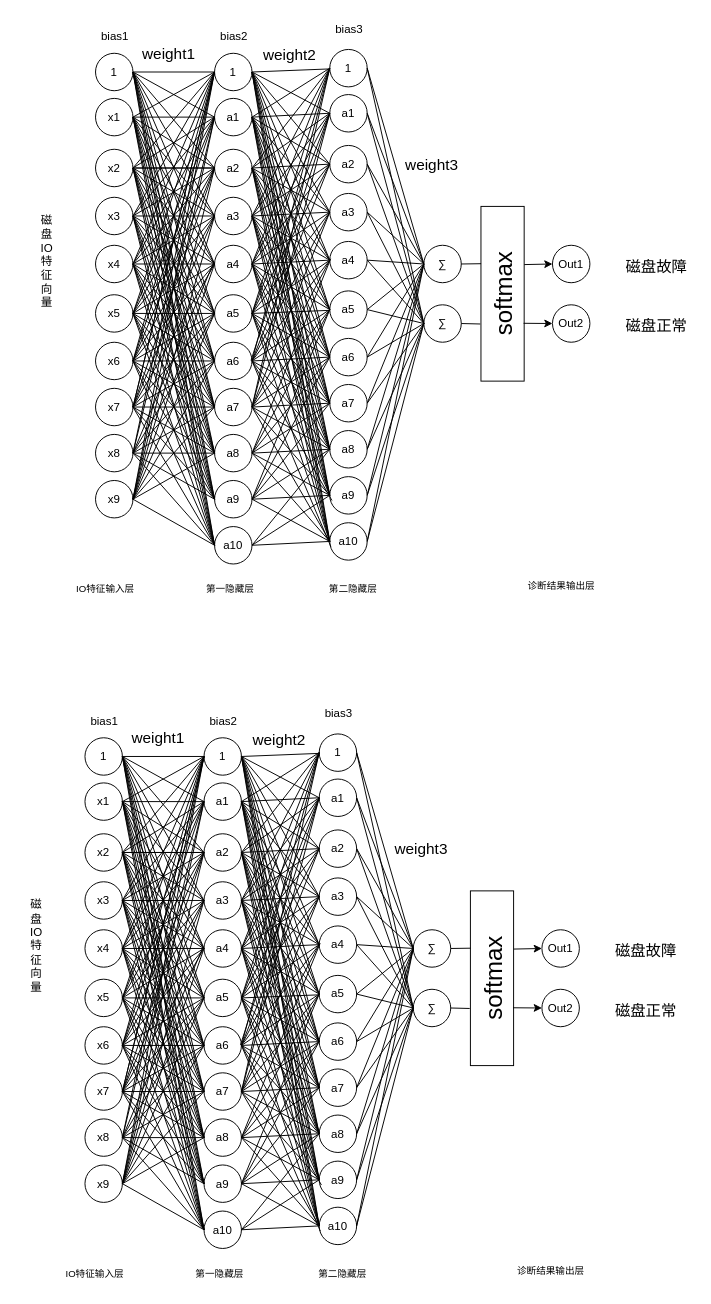
Earlier version of the draw.io diagram 专利-神经网络结构.drawio (yihezhou/diagrams). Source tidied: cells renumbered, new cells numbered last; positions are measured from the earlier drawing's top-left corner, leaving out a move shared by most shapes. Both pictures are drawn from the tidied source at 96%, with x=0, y=0 at pixel (20, 16).
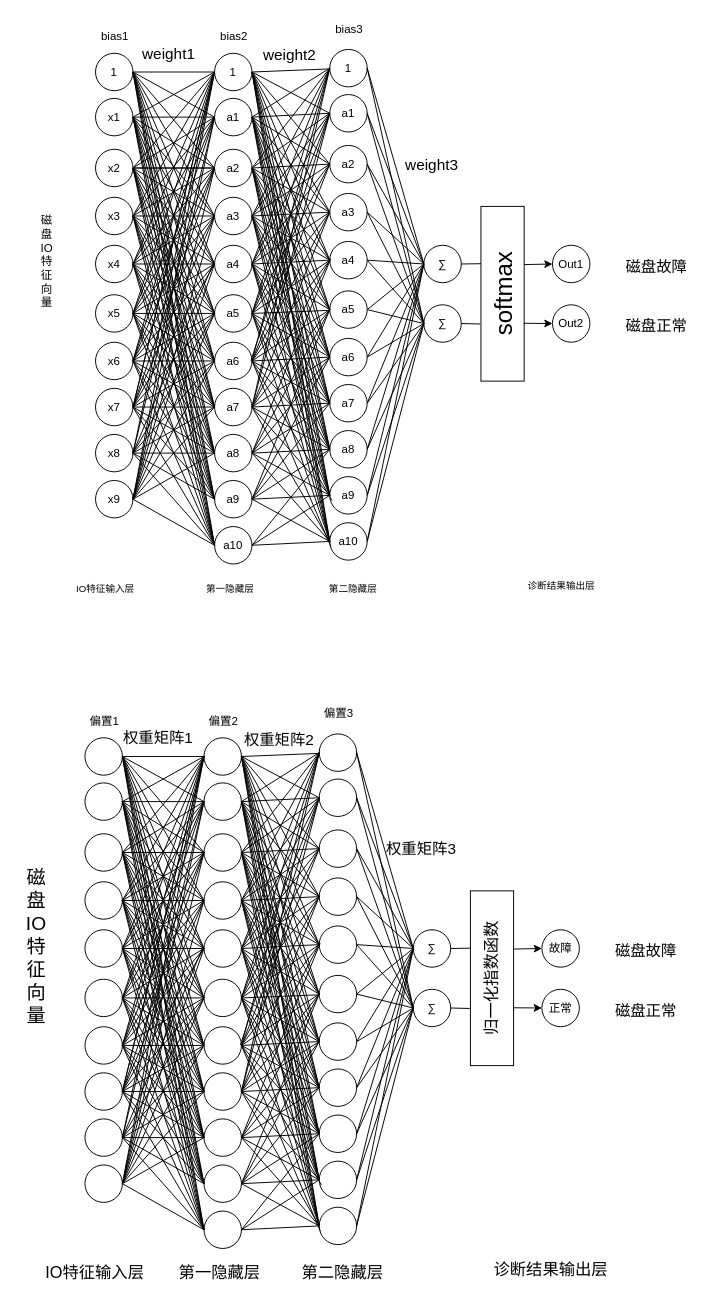
Above is the later version.

Commit message (it also covers changes not shown here):
更新专利-神经网络结构.drawio

Change to the diagram source:
```diff
@@
-    <mxCell id="289" value="x1" style="ellipse;whiteSpace=wrap;html=1;" parent="1" vertex="1">
+    <mxCell id="289" style="ellipse;whiteSpace=wrap;html=1;" parent="1" vertex="1">
       <mxGeometry x="67" y="798" width="39" height="39" as="geometry" />
     </mxCell>
-    <mxCell id="290" value="x2" style="ellipse;whiteSpace=wrap;html=1;" parent="1" vertex="1">
+    <mxCell id="290" style="ellipse;whiteSpace=wrap;html=1;" parent="1" vertex="1">
       <mxGeometry x="67" y="851" width="39" height="39" as="geometry" />
     </mxCell>
-    <mxCell id="291" value="x3" style="ellipse;whiteSpace=wrap;html=1;" parent="1" vertex="1">
+    <mxCell id="291" style="ellipse;whiteSpace=wrap;html=1;" parent="1" vertex="1">
       <mxGeometry x="67" y="901" width="39" height="39" as="geometry" />
     </mxCell>
-    <mxCell id="292" value="x4" style="ellipse;whiteSpace=wrap;html=1;" parent="1" vertex="1">
+    <mxCell id="292" style="ellipse;whiteSpace=wrap;html=1;" parent="1" vertex="1">
       <mxGeometry x="67" y="951" width="39" height="39" as="geometry" />
     </mxCell>
-    <mxCell id="293" value="x5" style="ellipse;whiteSpace=wrap;html=1;" parent="1" vertex="1">
+    <mxCell id="293" style="ellipse;whiteSpace=wrap;html=1;" parent="1" vertex="1">
       <mxGeometry x="67" y="1002.5" width="39" height="39" as="geometry" />
     </mxCell>
-    <mxCell id="294" value="x6" style="ellipse;whiteSpace=wrap;html=1;" parent="1" vertex="1">
+    <mxCell id="294" style="ellipse;whiteSpace=wrap;html=1;" parent="1" vertex="1">
       <mxGeometry x="67" y="1052" width="39" height="39" as="geometry" />
     </mxCell>
-    <mxCell id="295" value="x7" style="ellipse;whiteSpace=wrap;html=1;" parent="1" vertex="1">
+    <mxCell id="295" style="ellipse;whiteSpace=wrap;html=1;" parent="1" vertex="1">
       <mxGeometry x="67" y="1100" width="39" height="39" as="geometry" />
     </mxCell>
-    <mxCell id="296" value="x8" style="ellipse;whiteSpace=wrap;html=1;" parent="1" vertex="1">
+    <mxCell id="296" style="ellipse;whiteSpace=wrap;html=1;" parent="1" vertex="1">
       <mxGeometry x="67" y="1148" width="39" height="39" as="geometry" />
     </mxCell>
-    <mxCell id="297" value="1" style="ellipse;whiteSpace=wrap;html=1;" parent="1" vertex="1">
+    <mxCell id="297" style="ellipse;whiteSpace=wrap;html=1;" parent="1" vertex="1">
       <mxGeometry x="67" y="751" width="39" height="39" as="geometry" />
     </mxCell>
-    <mxCell id="298" value="bias1" style="text;html=1;align=center;verticalAlign=middle;strokeColor=none;fillColor=none;" parent="1" vertex="1">
-      <mxGeometry x="63" y="721" width="47" height="26" as="geometry" />
+    <mxCell id="298" value="偏置1" style="text;html=1;align=center;verticalAlign=middle;strokeColor=none;fillColor=none;" parent="1" vertex="1">
+      <mxGeometry x="62" y="719" width="50" height="30" as="geometry" />
     </mxCell>
-    <mxCell id="299" value="x9" style="ellipse;whiteSpace=wrap;html=1;" parent="1" vertex="1">
+    <mxCell id="299" style="ellipse;whiteSpace=wrap;html=1;" parent="1" vertex="1">
       <mxGeometry x="67" y="1196" width="39" height="39" as="geometry" />
     </mxCell>
-    <mxCell id="300" value="磁&lt;br&gt;盘&lt;br&gt;IO&lt;br&gt;特&lt;br&gt;征&lt;br&gt;向&lt;br&gt;量" style="text;html=1;align=center;verticalAlign=middle;strokeColor=none;fillColor=none;" parent="1" vertex="1">
-      <mxGeometry y="911" width="31" height="113" as="geometry" />
+    <mxCell id="300" value="磁&lt;br style=&quot;font-size: 20px;&quot;&gt;盘&lt;br style=&quot;font-size: 20px;&quot;&gt;IO&lt;br style=&quot;font-size: 20px;&quot;&gt;特&lt;br style=&quot;font-size: 20px;&quot;&gt;征&lt;br style=&quot;font-size: 20px;&quot;&gt;向&lt;br style=&quot;font-size: 20px;&quot;&gt;量" style="text;html=1;align=center;verticalAlign=middle;strokeColor=none;fillColor=none;fontSize=20;" parent="1" vertex="1">
+      <mxGeometry x="-4" y="878" width="40" height="180" as="geometry" />
     </mxCell>
-    <mxCell id="301" value="a1" style="ellipse;whiteSpace=wrap;html=1;" parent="1" vertex="1">
+    <mxCell id="301" style="ellipse;whiteSpace=wrap;html=1;" parent="1" vertex="1">
       <mxGeometry x="191" y="798" width="39" height="39" as="geometry" />
     </mxCell>
-    <mxCell id="302" value="a2" style="ellipse;whiteSpace=wrap;html=1;" parent="1" vertex="1">
+    <mxCell id="302" style="ellipse;whiteSpace=wrap;html=1;" parent="1" vertex="1">
       <mxGeometry x="191" y="851" width="39" height="39" as="geometry" />
     </mxCell>
-    <mxCell id="303" value="a3" style="ellipse;whiteSpace=wrap;html=1;" parent="1" vertex="1">
+    <mxCell id="303" style="ellipse;whiteSpace=wrap;html=1;" parent="1" vertex="1">
       <mxGeometry x="191" y="901" width="39" height="39" as="geometry" />
     </mxCell>
-    <mxCell id="304" value="a4" style="ellipse;whiteSpace=wrap;html=1;" parent="1" vertex="1">
+    <mxCell id="304" style="ellipse;whiteSpace=wrap;html=1;" parent="1" vertex="1">
       <mxGeometry x="191" y="951" width="39" height="39" as="geometry" />
     </mxCell>
-    <mxCell id="305" value="a5" style="ellipse;whiteSpace=wrap;html=1;" parent="1" vertex="1">
+    <mxCell id="305" style="ellipse;whiteSpace=wrap;html=1;" parent="1" vertex="1">
       <mxGeometry x="191" y="1002.5" width="39" height="39" as="geometry" />
     </mxCell>
-    <mxCell id="306" value="a6" style="ellipse;whiteSpace=wrap;html=1;" parent="1" vertex="1">
+    <mxCell id="306" style="ellipse;whiteSpace=wrap;html=1;" parent="1" vertex="1">
       <mxGeometry x="191" y="1052" width="39" height="39" as="geometry" />
     </mxCell>
-    <mxCell id="307" value="a7" style="ellipse;whiteSpace=wrap;html=1;" parent="1" vertex="1">
+    <mxCell id="307" style="ellipse;whiteSpace=wrap;html=1;" parent="1" vertex="1">
       <mxGeometry x="191" y="1100" width="39" height="39" as="geometry" />
     </mxCell>
-    <mxCell id="308" value="a8" style="ellipse;whiteSpace=wrap;html=1;" parent="1" vertex="1">
+    <mxCell id="308" style="ellipse;whiteSpace=wrap;html=1;" parent="1" vertex="1">
       <mxGeometry x="191" y="1148" width="39" height="39" as="geometry" />
     </mxCell>
-    <mxCell id="309" value="a9" style="ellipse;whiteSpace=wrap;html=1;" parent="1" vertex="1">
+    <mxCell id="309" style="ellipse;whiteSpace=wrap;html=1;" parent="1" vertex="1">
       <mxGeometry x="191" y="1196" width="39" height="39" as="geometry" />
     </mxCell>
-    <mxCell id="310" value="1" style="ellipse;whiteSpace=wrap;html=1;" parent="1" vertex="1">
+    <mxCell id="310" style="ellipse;whiteSpace=wrap;html=1;" parent="1" vertex="1">
       <mxGeometry x="191" y="751" width="39" height="39" as="geometry" />
     </mxCell>
-    <mxCell id="311" value="bias2" style="text;html=1;align=center;verticalAlign=middle;strokeColor=none;fillColor=none;" parent="1" vertex="1">
-      <mxGeometry x="187" y="721" width="47" height="26" as="geometry" />
+    <mxCell id="311" value="偏置2" style="text;html=1;align=center;verticalAlign=middle;strokeColor=none;fillColor=none;" parent="1" vertex="1">
+      <mxGeometry x="186" y="719" width="50" height="30" as="geometry" />
     </mxCell>
-    <mxCell id="312" value="a10" style="ellipse;whiteSpace=wrap;html=1;" parent="1" vertex="1">
+    <mxCell id="312" style="ellipse;whiteSpace=wrap;html=1;" parent="1" vertex="1">
       <mxGeometry x="191" y="1244" width="39" height="39" as="geometry" />
     </mxCell>
-    <mxCell id="313" value="a1" style="ellipse;whiteSpace=wrap;html=1;" parent="1" vertex="1">
+    <mxCell id="313" style="ellipse;whiteSpace=wrap;html=1;" parent="1" vertex="1">
       <mxGeometry x="311" y="794" width="39" height="39" as="geometry" />
     </mxCell>
-    <mxCell id="314" value="a2" style="ellipse;whiteSpace=wrap;html=1;" parent="1" vertex="1">
+    <mxCell id="314" style="ellipse;whiteSpace=wrap;html=1;" parent="1" vertex="1">
       <mxGeometry x="311" y="847" width="39" height="39" as="geometry" />
     </mxCell>
-    <mxCell id="315" value="a3" style="ellipse;whiteSpace=wrap;html=1;" parent="1" vertex="1">
+    <mxCell id="315" style="ellipse;whiteSpace=wrap;html=1;" parent="1" vertex="1">
       <mxGeometry x="311" y="897" width="39" height="39" as="geometry" />
     </mxCell>
-    <mxCell id="316" value="a4" style="ellipse;whiteSpace=wrap;html=1;" parent="1" vertex="1">
+    <mxCell id="316" style="ellipse;whiteSpace=wrap;html=1;" parent="1" vertex="1">
       <mxGeometry x="311" y="947" width="39" height="39" as="geometry" />
     </mxCell>
-    <mxCell id="317" value="a5" style="ellipse;whiteSpace=wrap;html=1;" parent="1" vertex="1">
+    <mxCell id="317" style="ellipse;whiteSpace=wrap;html=1;" parent="1" vertex="1">
       <mxGeometry x="311" y="998.5" width="39" height="39" as="geometry" />
     </mxCell>
-    <mxCell id="318" value="a6" style="ellipse;whiteSpace=wrap;html=1;" parent="1" vertex="1">
+    <mxCell id="318" style="ellipse;whiteSpace=wrap;html=1;" parent="1" vertex="1">
       <mxGeometry x="311" y="1048" width="39" height="39" as="geometry" />
     </mxCell>
-    <mxCell id="319" value="a7" style="ellipse;whiteSpace=wrap;html=1;" parent="1" vertex="1">
+    <mxCell id="319" style="ellipse;whiteSpace=wrap;html=1;" parent="1" vertex="1">
       <mxGeometry x="311" y="1096" width="39" height="39" as="geometry" />
     </mxCell>
-    <mxCell id="320" value="a8" style="ellipse;whiteSpace=wrap;html=1;" parent="1" vertex="1">
+    <mxCell id="320" style="ellipse;whiteSpace=wrap;html=1;" parent="1" vertex="1">
       <mxGeometry x="311" y="1144" width="39" height="39" as="geometry" />
     </mxCell>
-    <mxCell id="321" value="a9" style="ellipse;whiteSpace=wrap;html=1;" parent="1" vertex="1">
+    <mxCell id="321" style="ellipse;whiteSpace=wrap;html=1;" parent="1" vertex="1">
       <mxGeometry x="311" y="1192" width="39" height="39" as="geometry" />
     </mxCell>
-    <mxCell id="322" value="1" style="ellipse;whiteSpace=wrap;html=1;" parent="1" vertex="1">
+    <mxCell id="322" style="ellipse;whiteSpace=wrap;html=1;" parent="1" vertex="1">
       <mxGeometry x="311" y="747" width="39" height="39" as="geometry" />
     </mxCell>
-    <mxCell id="323" value="a10" style="ellipse;whiteSpace=wrap;html=1;" parent="1" vertex="1">
+    <mxCell id="323" style="ellipse;whiteSpace=wrap;html=1;" parent="1" vertex="1">
       <mxGeometry x="311" y="1240" width="39" height="39" as="geometry" />
     </mxCell>
-    <mxCell id="324" value="bias3" style="text;html=1;align=center;verticalAlign=middle;strokeColor=none;fillColor=none;" parent="1" vertex="1">
-      <mxGeometry x="307" y="713" width="47" height="26" as="geometry" />
+    <mxCell id="324" value="偏置3" style="text;html=1;align=center;verticalAlign=middle;strokeColor=none;fillColor=none;" parent="1" vertex="1">
+      <mxGeometry x="306" y="711" width="50" height="30" as="geometry" />
     </mxCell>
@@
-    <mxCell id="327" value="softmax" style="rounded=0;whiteSpace=wrap;html=1;fontSize=25;rotation=-90;" parent="1" vertex="1">
+    <mxCell id="327" value="&lt;font style=&quot;font-size: 17px;&quot;&gt;归一化指数函数&lt;/font&gt;" style="rounded=0;whiteSpace=wrap;html=1;fontSize=17;rotation=-90;" parent="1" vertex="1">
       <mxGeometry x="400" y="979" width="182" height="45" as="geometry" />
     </mxCell>
-    <mxCell id="328" value="Out1" style="ellipse;whiteSpace=wrap;html=1;" parent="1" vertex="1">
+    <mxCell id="328" value="故障" style="ellipse;whiteSpace=wrap;html=1;" parent="1" vertex="1">
       <mxGeometry x="543" y="951" width="39" height="39" as="geometry" />
     </mxCell>
-    <mxCell id="329" value="Out2" style="ellipse;whiteSpace=wrap;html=1;" parent="1" vertex="1">
+    <mxCell id="329" value="正常" style="ellipse;whiteSpace=wrap;html=1;" parent="1" vertex="1">
       <mxGeometry x="543" y="1013" width="39" height="39" as="geometry" />
     </mxCell>
@@
-    <mxCell id="332" value="weight1" style="text;html=1;align=center;verticalAlign=middle;strokeColor=none;fillColor=none;fontSize=16;" parent="1" vertex="1">
-      <mxGeometry x="106" y="735" width="73" height="31" as="geometry" />
+    <mxCell id="332" value="权重矩阵1" style="text;html=1;align=center;verticalAlign=middle;strokeColor=none;fillColor=none;fontSize=16;" parent="1" vertex="1">
+      <mxGeometry x="93" y="736" width="100" height="30" as="geometry" />
     </mxCell>
-    <mxCell id="333" value="weight2" style="text;html=1;align=center;verticalAlign=middle;strokeColor=none;fillColor=none;fontSize=16;" parent="1" vertex="1">
-      <mxGeometry x="232" y="737" width="73" height="31" as="geometry" />
+    <mxCell id="333" value="权重矩阵2" style="text;html=1;align=center;verticalAlign=middle;strokeColor=none;fillColor=none;fontSize=16;" parent="1" vertex="1">
+      <mxGeometry x="219" y="738" width="100" height="30" as="geometry" />
     </mxCell>
-    <mxCell id="334" value="weight3" style="text;html=1;align=center;verticalAlign=middle;strokeColor=none;fillColor=none;fontSize=16;" parent="1" vertex="1">
-      <mxGeometry x="380" y="851" width="73" height="31" as="geometry" />
+    <mxCell id="334" value="权重矩阵3" style="text;html=1;align=center;verticalAlign=middle;strokeColor=none;fillColor=none;fontSize=16;" parent="1" vertex="1">
+      <mxGeometry x="367" y="852" width="100" height="30" as="geometry" />
     </mxCell>
-    <mxCell id="335" value="IO特征输入层" style="text;html=1;align=center;verticalAlign=middle;strokeColor=none;fillColor=none;fontSize=10;" parent="1" vertex="1">
-      <mxGeometry x="31" y="1296" width="91" height="26" as="geometry" />
+    <mxCell id="335" value="IO特征输入层" style="text;html=1;align=center;verticalAlign=middle;strokeColor=none;fillColor=none;fontSize=17;" parent="1" vertex="1">
+      <mxGeometry x="12" y="1294" width="130" height="30" as="geometry" />
     </mxCell>
-    <mxCell id="336" value="第一隐藏层" style="text;html=1;align=center;verticalAlign=middle;strokeColor=none;fillColor=none;fontSize=10;" parent="1" vertex="1">
-      <mxGeometry x="168" y="1296" width="78" height="26" as="geometry" />
+    <mxCell id="336" value="第一隐藏层" style="text;html=1;align=center;verticalAlign=middle;strokeColor=none;fillColor=none;fontSize=17;" parent="1" vertex="1">
+      <mxGeometry x="152" y="1294" width="110" height="30" as="geometry" />
     </mxCell>
-    <mxCell id="337" value="第二隐藏层" style="text;html=1;align=center;verticalAlign=middle;strokeColor=none;fillColor=none;fontSize=10;" parent="1" vertex="1">
-      <mxGeometry x="296" y="1296" width="78" height="26" as="geometry" />
+    <mxCell id="337" value="第二隐藏层" style="text;html=1;align=center;verticalAlign=middle;strokeColor=none;fillColor=none;fontSize=17;" parent="1" vertex="1">
+      <mxGeometry x="280" y="1294" width="110" height="30" as="geometry" />
     </mxCell>
-    <mxCell id="338" value="诊断结果输出层" style="text;html=1;align=center;verticalAlign=middle;strokeColor=none;fillColor=none;fontSize=10;" parent="1" vertex="1">
-      <mxGeometry x="501" y="1293" width="102" height="26" as="geometry" />
+    <mxCell id="338" value="诊断结果输出层" style="text;html=1;align=center;verticalAlign=middle;strokeColor=none;fillColor=none;fontSize=17;" parent="1" vertex="1">
+      <mxGeometry x="482" y="1291" width="140" height="30" as="geometry" />
     </mxCell>
```
